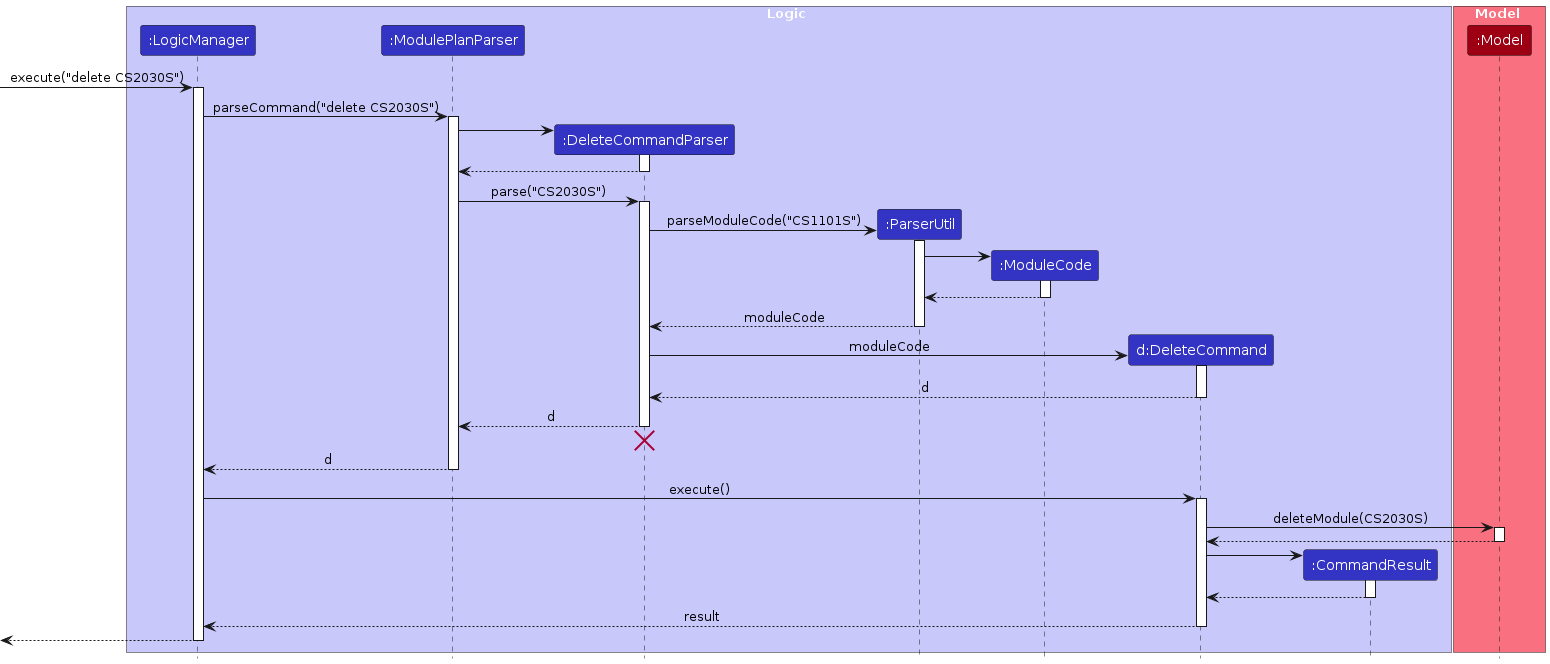
This is diagrams/DeleteSequenceDiagram.png from ji-just-ji/tp, a PlantUML export, as it was before one commit. Its source is kept beside it as diagrams/DeleteSequenceDiagram.puml.
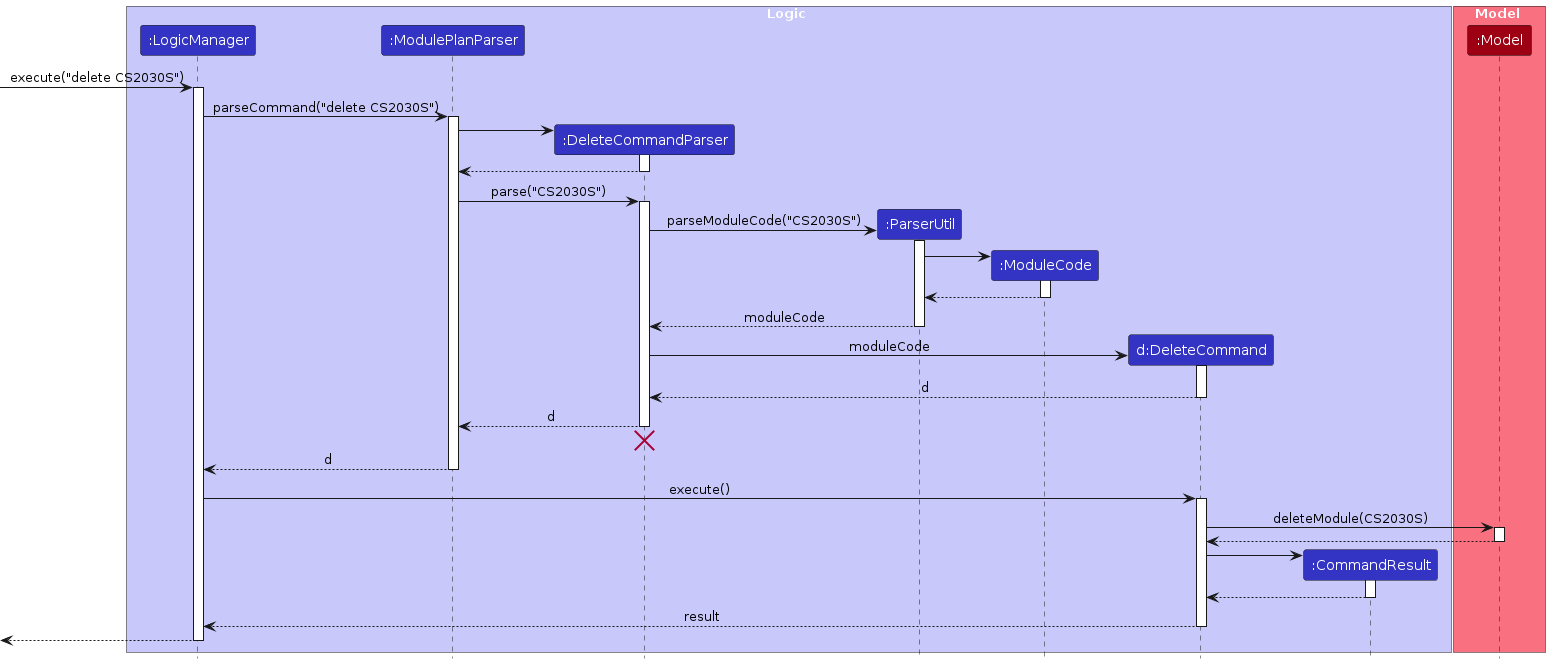
After the commit.

Change to the diagram source:
```diff
@@ -34,7 +34,7 @@
 
 
 create ParserUtil
-DeleteCommandParser -> ParserUtil : parseModuleCode("CS1101S")
+DeleteCommandParser -> ParserUtil : parseModuleCode("CS2030S")
 activate ParserUtil
 
 create ModuleCode
```
